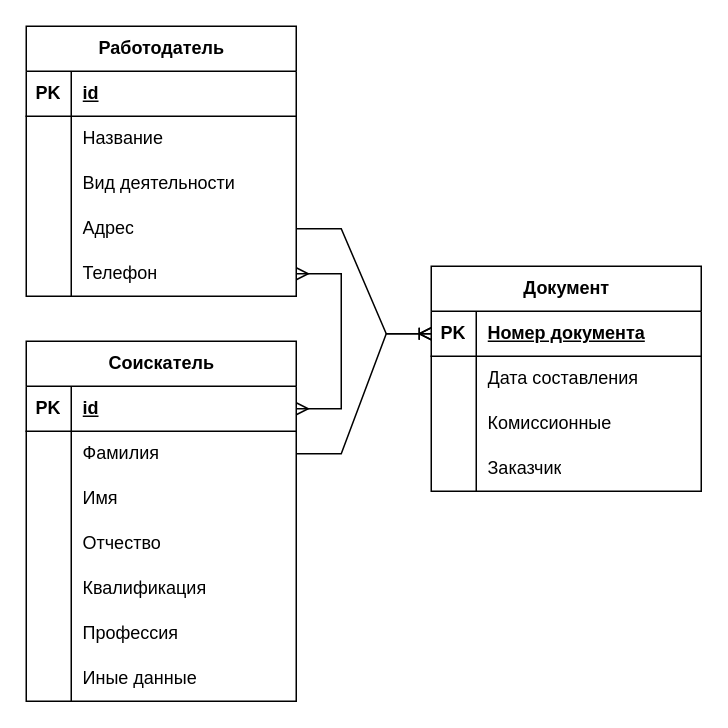
Before: ind.drawio in minikarha/hueta, a draw.io diagram. Source tidied: cells renumbered, new cells numbered last; positions are measured from the earlier drawing's top-left corner, leaving out a move shared by most shapes. Both pictures are drawn from the tidied source at 150%, with x=0, y=0 at pixel (26, 26).
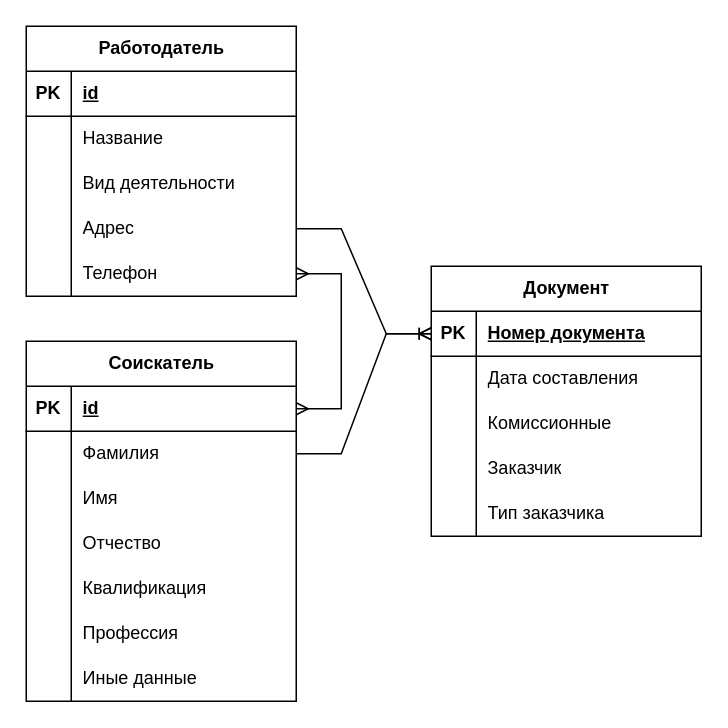
Above is the later version.

The edit, as a diff of the source:
```diff
@@
     <mxCell id="18" value="Документ" style="shape=table;startSize=30;childLayout=tableLayout;rowLines=0;fontStyle=1;align=center;html=1;" parent="1" vertex="1">
-      <mxGeometry x="270" y="160" width="180" height="150" as="geometry" />
+      <mxGeometry x="270" y="160" width="180" height="180" as="geometry" />
     </mxCell>
@@
+    <mxCell id="56" style="shape=tableRow;horizontal=0;startSize=0;swimlaneHead=0;swimlaneBody=0;fillColor=none;top=0;left=0;right=0;bottom=0;" parent="18" vertex="1">
+      <mxGeometry y="150" width="180" height="30" as="geometry" />
+    </mxCell>
+    <mxCell id="57" style="shape=partialRectangle;fillColor=none;top=0;left=0;bottom=0;right=0;overflow=hidden;whiteSpace=wrap;html=1;" parent="56" vertex="1">
+      <mxGeometry width="30" height="30" as="geometry" />
+    </mxCell>
+    <mxCell id="58" value="Тип заказчика" style="shape=partialRectangle;fillColor=none;top=0;left=0;bottom=0;right=0;align=left;spacingLeft=6;overflow=hidden;whiteSpace=wrap;html=1;" parent="56" vertex="1">
+      <mxGeometry x="30" width="150" height="30" as="geometry" />
+    </mxCell>
```
